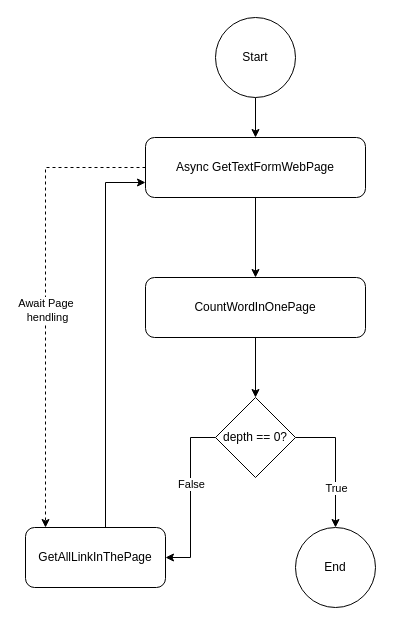
This is page "EventLoopStateChart" (2 of 2) of Diagramma senza titolo.drawio from zucchero-sintattico/PCD-ASS02-23-24, a draw.io file, before an edit. Source tidied: cells renumbered, new cells numbered last; positions are measured from the earlier drawing's top-left corner, leaving out a move shared by most shapes. Both pictures are drawn from the tidied source at 100%, with x=0, y=0 at pixel (25, 17).
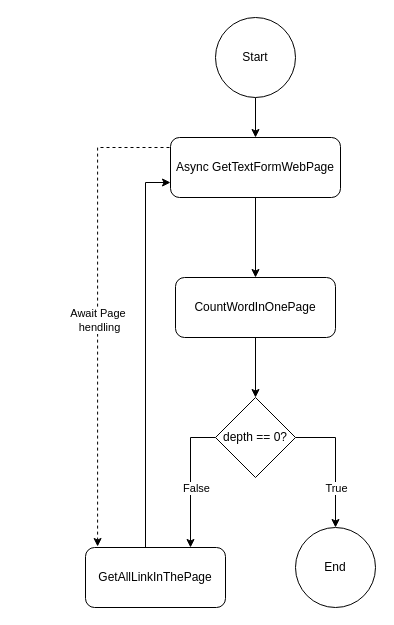
The same page after the edit.

The change refers to these unchanged cells:
```xml
<mxCell id="10" value="depth == 0?" style="rhombus;whiteSpace=wrap;html=1;" parent="1" vertex="1">
  <mxGeometry x="190" y="380" width="80" height="80" as="geometry" />
</mxCell>
```

What changed in the source:
```diff
@@
     <mxCell id="5" value="CountWordInOnePage" style="rounded=1;whiteSpace=wrap;html=1;" parent="1" vertex="1">
-      <mxGeometry x="120" y="260" width="220" height="60" as="geometry" />
+      <mxGeometry x="150" y="260" width="160" height="60" as="geometry" />
     </mxCell>
@@
-    <mxCell id="8" style="edgeStyle=orthogonalEdgeStyle;rounded=0;jettySize=auto;html=1;exitX=0;exitY=0.5;exitDx=0;exitDy=0;entryX=1;entryY=0.5;entryDx=0;entryDy=0;" parent="1" edge="1" source="10" target="12">
-      <mxGeometry relative="1" as="geometry" />
+    <mxCell id="8" style="edgeStyle=orthogonalEdgeStyle;rounded=0;jettySize=auto;html=1;exitX=0;exitY=0.5;exitDx=0;exitDy=0;entryX=0.75;entryY=0;entryDx=0;entryDy=0;" parent="1" edge="1" source="10" target="12">
+      <mxGeometry relative="1" as="geometry">
+        <Array as="points">
+          <mxPoint x="165" y="420" />
+        </Array>
+      </mxGeometry>
     </mxCell>
     <mxCell id="9" value="False" style="edgeLabel;html=1;align=center;verticalAlign=middle;" parent="8" vertex="1">
-      <mxGeometry x="-0.16" relative="1" as="geometry" />
+      <mxGeometry x="-0.16" relative="1" as="geometry">
+        <mxPoint x="5" y="18" as="offset" />
+      </mxGeometry>
     </mxCell>
@@
-    <mxCell id="11" style="edgeStyle=orthogonalEdgeStyle;rounded=0;jettySize=auto;html=1;exitX=0.5;exitY=0;exitDx=0;exitDy=0;entryX=0;entryY=0.75;entryDx=0;entryDy=0;" parent="1" edge="1" source="12" target="17">
+    <mxCell id="11" style="edgeStyle=orthogonalEdgeStyle;rounded=0;jettySize=auto;html=1;exitX=0.25;exitY=0;exitDx=0;exitDy=0;entryX=0;entryY=0.75;entryDx=0;entryDy=0;" parent="1" edge="1" source="12" target="17">
       <mxGeometry relative="1" as="geometry">
         <Array as="points">
-          <mxPoint x="80" y="510" />
-          <mxPoint x="80" y="165" />
+          <mxPoint x="120" y="530" />
+          <mxPoint x="120" y="165" />
         </Array>
       </mxGeometry>
     </mxCell>
     <mxCell id="12" value="GetAllLinkInThePage" style="rounded=1;whiteSpace=wrap;html=1;" parent="1" vertex="1">
-      <mxGeometry y="510" width="140" height="60" as="geometry" />
+      <mxGeometry x="60" y="530" width="140" height="60" as="geometry" />
     </mxCell>
@@
-    <mxCell id="15" style="edgeStyle=orthogonalEdgeStyle;rounded=0;jettySize=auto;html=1;dashed=1;" parent="1" edge="1" source="17">
+    <mxCell id="15" style="edgeStyle=orthogonalEdgeStyle;rounded=0;jettySize=auto;html=1;dashed=1;entryX=0.136;entryY=-0.017;entryDx=0;entryDy=0;exitX=0;exitY=0.25;exitDx=0;exitDy=0;entryPerimeter=0;" parent="1" edge="1" source="17">
       <mxGeometry relative="1" as="geometry">
-        <mxPoint x="20" y="510" as="targetPoint" />
+        <mxPoint x="72.1" y="529" as="targetPoint" />
         <Array as="points">
-          <mxPoint x="20" y="150" />
-          <mxPoint x="20" y="510" />
+          <mxPoint x="145" y="130" />
+          <mxPoint x="72" y="130" />
         </Array>
       </mxGeometry>
     </mxCell>
@@
     <mxCell id="17" value="Async GetTextFormWebPage" style="rounded=1;whiteSpace=wrap;html=1;" parent="1" vertex="1">
-      <mxGeometry x="120" y="120" width="220" height="60" as="geometry" />
+      <mxGeometry x="145" y="120" width="170" height="60" as="geometry" />
     </mxCell>
```
